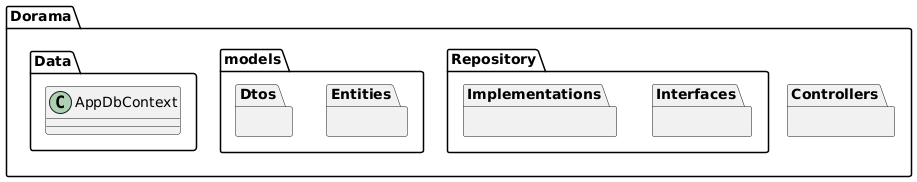
The PlantUML diagram Trab1-PS/diagramas/diagrama_png/diretorios_backend.png in KaioHenr/Trab1-PS, before a commit. Source of this version:
```plantuml
@startuml
package Dorama {

        package Controllers {

        }


        package Data {
        class AppDbContext
        }
        package models {
                package Dtos {

}
                package Entities {

            }




        }

        package Repository{

        package Implementations{


        }
        package Interfaces{


        }

}
@enduml
```
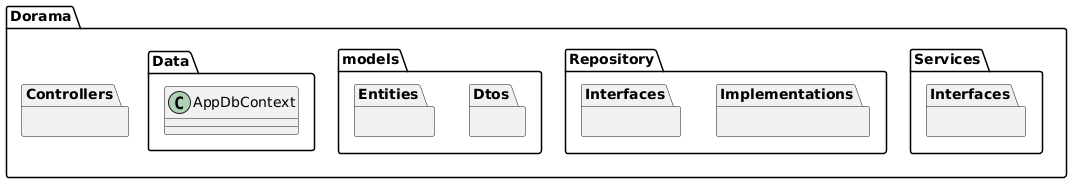
After the change.

Commit message:
Atualização do diagrama backend

What changed in the source:
```diff
@@ -1,22 +1,11 @@
 @startuml
+
 package Dorama {
 
-        package Controllers {
-
-        }
-
-
-        package Data {
-        class AppDbContext
-        }
-        package models {
-                package Dtos {
+      package Services {
+                package Interfaces {
 
 }
-                package Entities {
-
-            }
-
 
 
 
@@ -32,6 +21,33 @@
 
 
         }
+}
+
+        package models {
+                package Dtos {
+
+}
+                package Entities {
+
+            }
+
+
+
+
+        }
+
+        package Data {
+        class AppDbContext
+        }
+
+
+
+
+        package Controllers {
+
+        }
+
+
 
 }
 @enduml
```
